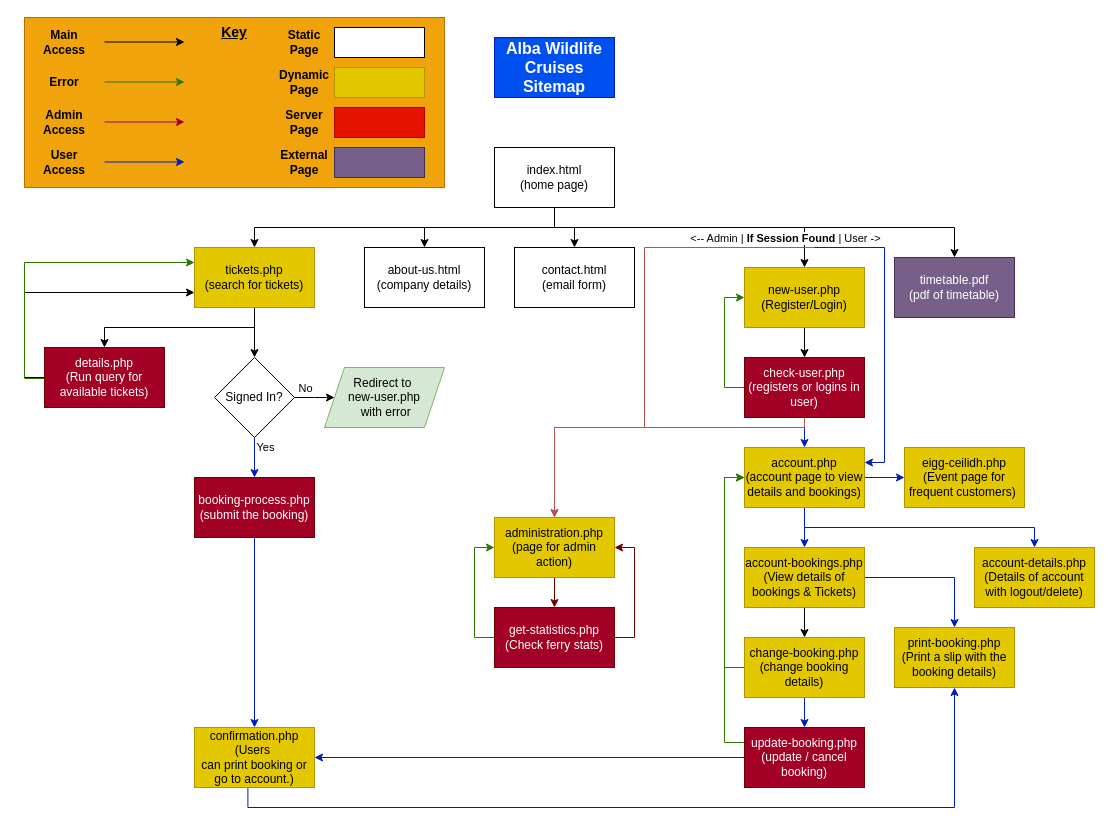
This is page "Site-Map" (1 of 3) of .secrets/21005729_Diagrams_final.drawio from MrJesterBear/SM_BSC_AlbaCruises, a draw.io file, before an edit. Source tidied: cells renumbered, new cells numbered last; positions are measured from the earlier drawing's top-left corner, leaving out a move shared by most shapes. Both pictures are drawn from the tidied source at 100%, with x=0, y=0 at pixel (24, 17).
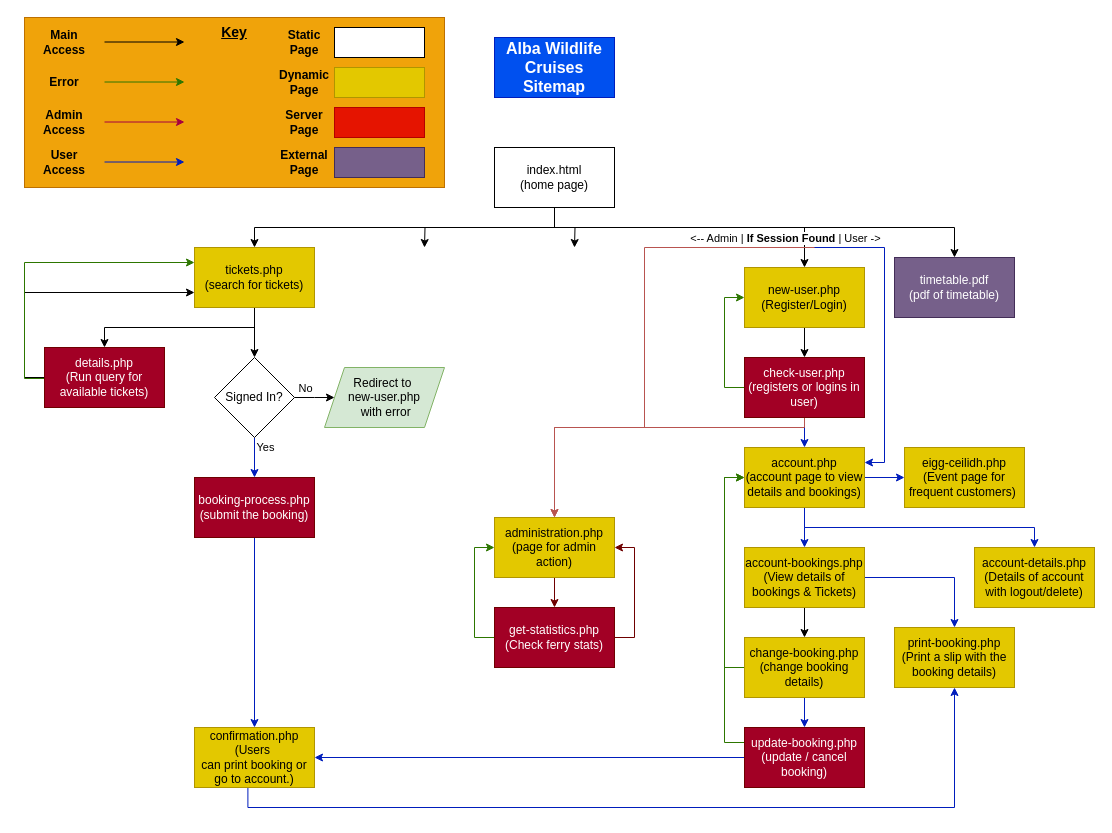
The same page after the edit.

Unchanged cells that the change refers to:
```xml
<mxCell id="11" value="index.html&lt;div&gt;(home page)&lt;/div&gt;" style="rounded=0;whiteSpace=wrap;html=1;" parent="1" vertex="1">
  <mxGeometry x="470" y="130" width="120" height="60" as="geometry" />
</mxCell>
```

The edit, as a diff of the source:
```diff
@@
-    <mxCell id="7" style="edgeStyle=orthogonalEdgeStyle;rounded=0;jettySize=auto;html=1;entryX=0.5;entryY=0;entryDx=0;entryDy=0;" parent="1" edge="1" source="11" target="13">
-      <mxGeometry relative="1" as="geometry" />
+    <mxCell id="7" style="edgeStyle=orthogonalEdgeStyle;rounded=0;jettySize=auto;html=1;entryX=0.5;entryY=0;entryDx=0;entryDy=0;" parent="1" edge="1" source="11">
+      <mxGeometry relative="1" as="geometry">
+        <mxPoint x="550" y="230" as="targetPoint" />
+      </mxGeometry>
     </mxCell>
-    <mxCell id="8" style="edgeStyle=orthogonalEdgeStyle;rounded=0;jettySize=auto;html=1;entryX=0.5;entryY=0;entryDx=0;entryDy=0;exitX=0.5;exitY=1;exitDx=0;exitDy=0;" parent="1" edge="1" source="11" target="12">
-      <mxGeometry relative="1" as="geometry" />
+    <mxCell id="8" style="edgeStyle=orthogonalEdgeStyle;rounded=0;jettySize=auto;html=1;entryX=0.5;entryY=0;entryDx=0;entryDy=0;exitX=0.5;exitY=1;exitDx=0;exitDy=0;" parent="1" edge="1" source="11">
+      <mxGeometry relative="1" as="geometry">
+        <mxPoint x="400" y="230" as="targetPoint" />
+      </mxGeometry>
     </mxCell>
@@
-    <mxCell id="12" value="about-us.html&lt;div&gt;(company details)&lt;/div&gt;" style="rounded=0;whiteSpace=wrap;html=1;" parent="1" vertex="1">
-      <mxGeometry x="340" y="230" width="120" height="60" as="geometry" />
-    </mxCell>
-    <mxCell id="13" value="contact.html&lt;div&gt;(email form)&lt;/div&gt;" style="rounded=0;whiteSpace=wrap;html=1;" parent="1" vertex="1">
-      <mxGeometry x="490" y="230" width="120" height="60" as="geometry" />
-    </mxCell>
@@
-    <mxCell id="70" value="&lt;div&gt;Redirect to&amp;nbsp;&lt;/div&gt;&lt;div&gt;new-user.php&lt;/div&gt;&amp;nbsp;with error" style="shape=parallelogram;perimeter=parallelogramPerimeter;whiteSpace=wrap;html=1;fixedSize=1;fillColor=#d5e8d4;strokeColor=#82b366;" parent="1" vertex="1">
+    <mxCell id="70" value="&lt;div&gt;&lt;font style=&quot;color: rgb(0, 0, 0);&quot;&gt;Redirect to&amp;nbsp;&lt;/font&gt;&lt;/div&gt;&lt;div&gt;&lt;font style=&quot;color: rgb(0, 0, 0);&quot;&gt;new-user.php&lt;/font&gt;&lt;/div&gt;&lt;font style=&quot;color: rgb(0, 0, 0);&quot;&gt;&amp;nbsp;with error&lt;/font&gt;" style="shape=parallelogram;perimeter=parallelogramPerimeter;whiteSpace=wrap;html=1;fixedSize=1;fillColor=#d5e8d4;strokeColor=#82b366;" parent="1" vertex="1">
       <mxGeometry x="300" y="350" width="120" height="60" as="geometry" />
     </mxCell>
```
